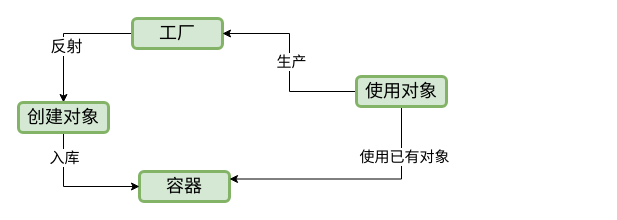
The draw.io diagram spring.drawio in WilliamHeaven/Blog, before the edit. Source tidied: cells renumbered, new cells numbered last; positions are measured from the earlier drawing's top-left corner, leaving out a move shared by most shapes. Both pictures are drawn from the tidied source at 100%, with x=0, y=0 at pixel (18, 18).
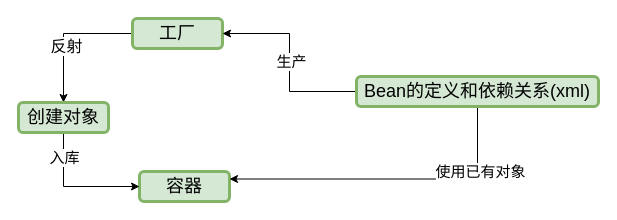
After the change.

Change to the diagram source:
```diff
@@
 <mxGraphModel>
   <root>
     <mxCell id="0" />
     <mxCell id="1" parent="0" />
     <mxCell id="2" style="edgeStyle=orthogonalEdgeStyle;rounded=0;jettySize=auto;html=1;entryX=0.5;entryY=0;entryDx=0;entryDy=0;" parent="1" edge="1" source="4" target="8">
       <mxGeometry relative="1" as="geometry" />
     </mxCell>
     <mxCell id="3" value="&lt;font style=&quot;font-size: 16px;&quot;&gt;反射&lt;/font&gt;" style="edgeLabel;html=1;align=center;verticalAlign=middle;" parent="2" vertex="1">
       <mxGeometry x="0.17" y="2" relative="1" as="geometry" />
     </mxCell>
     <mxCell id="4" value="&lt;font style=&quot;font-size: 18px;&quot;&gt;工厂&lt;/font&gt;" style="rounded=1;whiteSpace=wrap;html=1;strokeColor=#82b366;strokeWidth=3;fillColor=#d5e8d4;" parent="1" vertex="1">
       <mxGeometry x="114" width="90" height="30" as="geometry" />
     </mxCell>
     <mxCell id="5" value="&lt;font style=&quot;font-size: 18px;&quot;&gt;容器&lt;/font&gt;" style="rounded=1;whiteSpace=wrap;html=1;strokeColor=#82b366;strokeWidth=3;fillColor=#d5e8d4;" parent="1" vertex="1">
       <mxGeometry x="121" y="153" width="90" height="30" as="geometry" />
     </mxCell>
     <mxCell id="6" style="edgeStyle=orthogonalEdgeStyle;rounded=0;jettySize=auto;html=1;entryX=0;entryY=0.5;entryDx=0;entryDy=0;exitX=0.5;exitY=1;exitDx=0;exitDy=0;" parent="1" edge="1" source="8" target="5">
       <mxGeometry relative="1" as="geometry" />
     </mxCell>
     <mxCell id="7" value="&lt;font style=&quot;font-size: 15px;&quot;&gt;入库&lt;/font&gt;" style="edgeLabel;html=1;align=center;verticalAlign=middle;" parent="6" vertex="1">
       <mxGeometry x="-0.63" relative="1" as="geometry" />
     </mxCell>
     <mxCell id="8" value="&lt;span style=&quot;font-size: 18px;&quot;&gt;创建对象&lt;/span&gt;" style="rounded=1;whiteSpace=wrap;html=1;strokeColor=#82b366;strokeWidth=3;fillColor=#d5e8d4;" parent="1" vertex="1">
       <mxGeometry y="84" width="90" height="30" as="geometry" />
     </mxCell>
     <mxCell id="9" style="edgeStyle=orthogonalEdgeStyle;rounded=0;jettySize=auto;html=1;entryX=1;entryY=0.5;entryDx=0;entryDy=0;" parent="1" edge="1" source="13" target="4">
       <mxGeometry relative="1" as="geometry" />
     </mxCell>
     <mxCell id="10" value="&lt;font style=&quot;font-size: 15px;&quot;&gt;生产&lt;/font&gt;" style="edgeLabel;html=1;align=center;verticalAlign=middle;" parent="9" vertex="1">
       <mxGeometry x="0.02" y="-1" relative="1" as="geometry" />
     </mxCell>
     <mxCell id="11" style="edgeStyle=orthogonalEdgeStyle;rounded=0;jettySize=auto;html=1;entryX=1;entryY=0.25;entryDx=0;entryDy=0;exitX=0.5;exitY=1;exitDx=0;exitDy=0;" parent="1" edge="1" source="13" target="5">
       <mxGeometry relative="1" as="geometry" />
     </mxCell>
     <mxCell id="12" value="&lt;font style=&quot;font-size: 15px;&quot;&gt;使用已有对象&lt;/font&gt;" style="edgeLabel;html=1;align=center;verticalAlign=middle;" parent="11" vertex="1">
       <mxGeometry x="-0.6" y="2" relative="1" as="geometry" />
     </mxCell>
-    <mxCell id="13" value="&lt;span style=&quot;font-size: 18px;&quot;&gt;使用对象&lt;/span&gt;" style="rounded=1;whiteSpace=wrap;html=1;strokeColor=#82b366;strokeWidth=3;fillColor=#d5e8d4;" parent="1" vertex="1">
-      <mxGeometry x="338" y="58" width="90" height="30" as="geometry" />
+    <mxCell id="13" value="&lt;span style=&quot;font-size: 18px;&quot;&gt;Bean的定义和依赖关系(xml)&lt;/span&gt;" style="rounded=1;whiteSpace=wrap;html=1;strokeColor=#82b366;strokeWidth=3;fillColor=#d5e8d4;" parent="1" vertex="1">
+      <mxGeometry x="338" y="58" width="242" height="30" as="geometry" />
     </mxCell>
   </root>
 </mxGraphModel>
```
